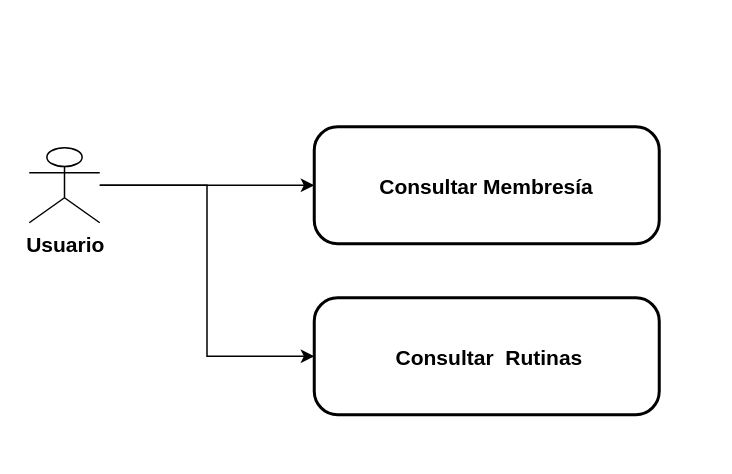
Before: CASO2.drawio in RogerNegrete/sistemas-distribuidos, a draw.io diagram. Source tidied: cells renumbered, new cells numbered last; positions are measured from the earlier drawing's top-left corner, leaving out a move shared by most shapes. Both pictures are drawn from the tidied source at 150%, with x=0, y=0 at pixel (28, 126).
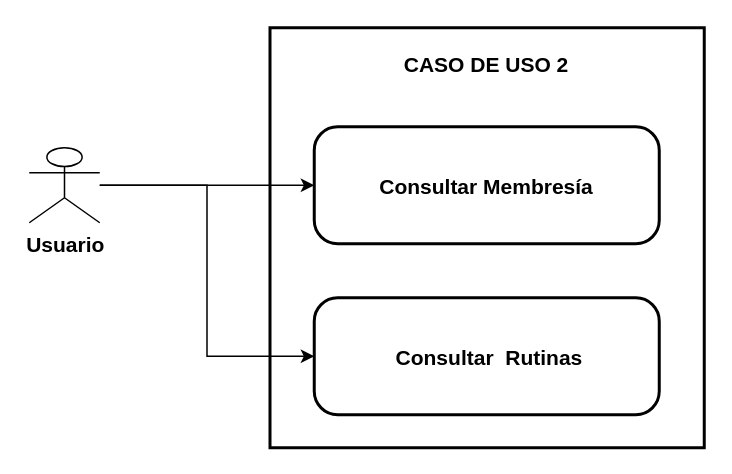
After the change.

What changed in the source:
```diff
@@
 <mxGraphModel>
   <root>
     <mxCell id="0" />
     <mxCell id="1" parent="0" />
+    <mxCell id="7" style="whiteSpace=wrap;strokeWidth=2;" parent="1" vertex="1">
+      <mxGeometry x="160.5" y="-66" width="289.5" height="280" as="geometry" />
+    </mxCell>
     <mxCell id="2" style="edgeStyle=orthogonalEdgeStyle;rounded=0;jettySize=auto;html=1;exitX=1;exitY=0.5;exitDx=0;exitDy=0;entryX=0;entryY=0.5;entryDx=0;entryDy=0;" parent="1" edge="1" source="4" target="5">
       <mxGeometry relative="1" as="geometry" />
     </mxCell>
     <mxCell id="3" style="edgeStyle=orthogonalEdgeStyle;rounded=0;jettySize=auto;html=1;entryX=0;entryY=0.5;entryDx=0;entryDy=0;" parent="1" edge="1" source="4" target="6">
       <mxGeometry relative="1" as="geometry" />
     </mxCell>
     <mxCell id="4" value="&lt;font style=&quot;font-size: 14px;&quot;&gt;&lt;b&gt;Usuario&lt;/b&gt;&lt;/font&gt;" style="shape=umlActor;verticalLabelPosition=bottom;verticalAlign=top;html=1;outlineConnect=0;" parent="1" vertex="1">
       <mxGeometry y="14" width="47" height="50" as="geometry" />
     </mxCell>
     <mxCell id="5" value="Consultar Membresía" style="rounded=1;arcSize=20;strokeWidth=2;fontSize=14;fontStyle=1;" parent="1" vertex="1">
       <mxGeometry x="190" width="230" height="78" as="geometry" />
     </mxCell>
     <mxCell id="6" value=" Consultar  Rutinas" style="rounded=1;arcSize=20;strokeWidth=2;fontSize=14;fontStyle=1;" parent="1" vertex="1">
       <mxGeometry x="190" y="114" width="230" height="78" as="geometry" />
     </mxCell>
+    <mxCell id="8" value="&lt;span class=&quot;MsoPlaceholderText&quot;&gt;&lt;span style=&quot;&quot; lang=&quot;ES-TRAD&quot;&gt;&lt;font face=&quot;Helvetica&quot; style=&quot;font-size: 14px;&quot;&gt;&lt;b style=&quot;&quot;&gt;CASO DE USO 2&lt;/b&gt;&lt;/font&gt;&lt;/span&gt;&lt;/span&gt;" style="text;html=1;align=center;verticalAlign=middle;whiteSpace=wrap;rounded=0;" parent="1" vertex="1">
+      <mxGeometry x="230" y="-66" width="150" height="50" as="geometry" />
+    </mxCell>
   </root>
 </mxGraphModel>
```
